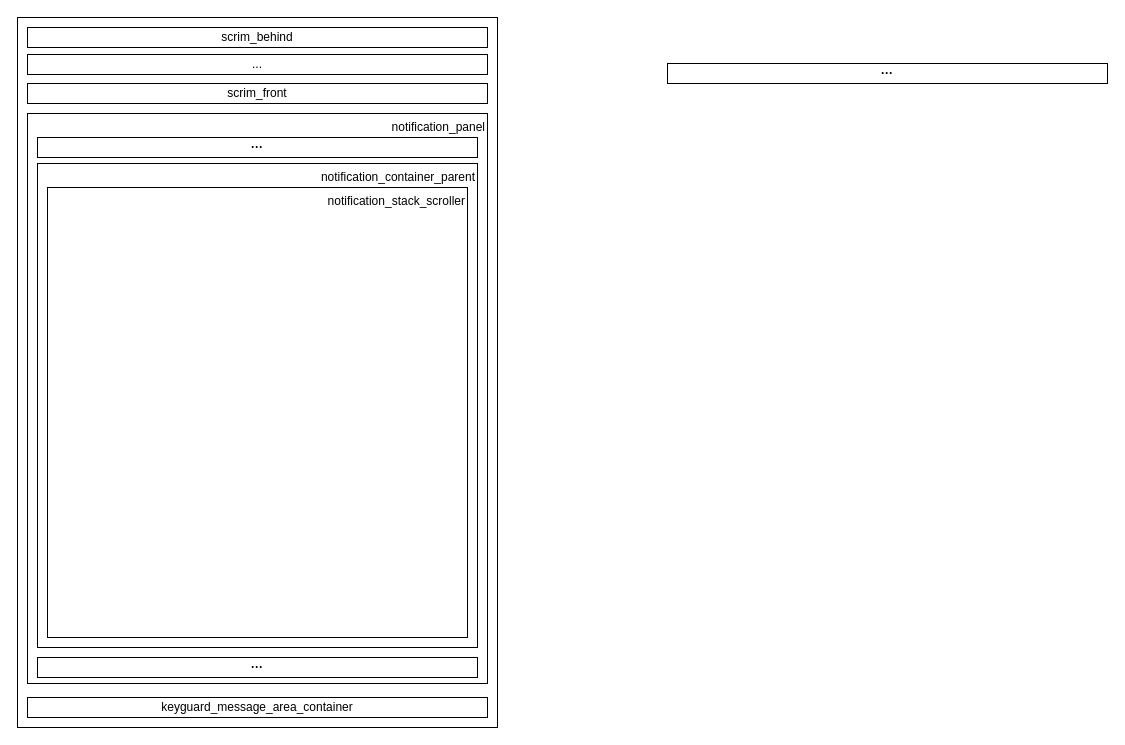
This is 未命名绘图.drawio from fangyucun/drawio, a draw.io file, before an edit. Source tidied: cells renumbered, new cells numbered last; positions are measured from the earlier drawing's top-left corner, leaving out a move shared by most shapes. Both pictures are drawn from the tidied source at 100%, with x=0, y=0 at pixel (17, 17).
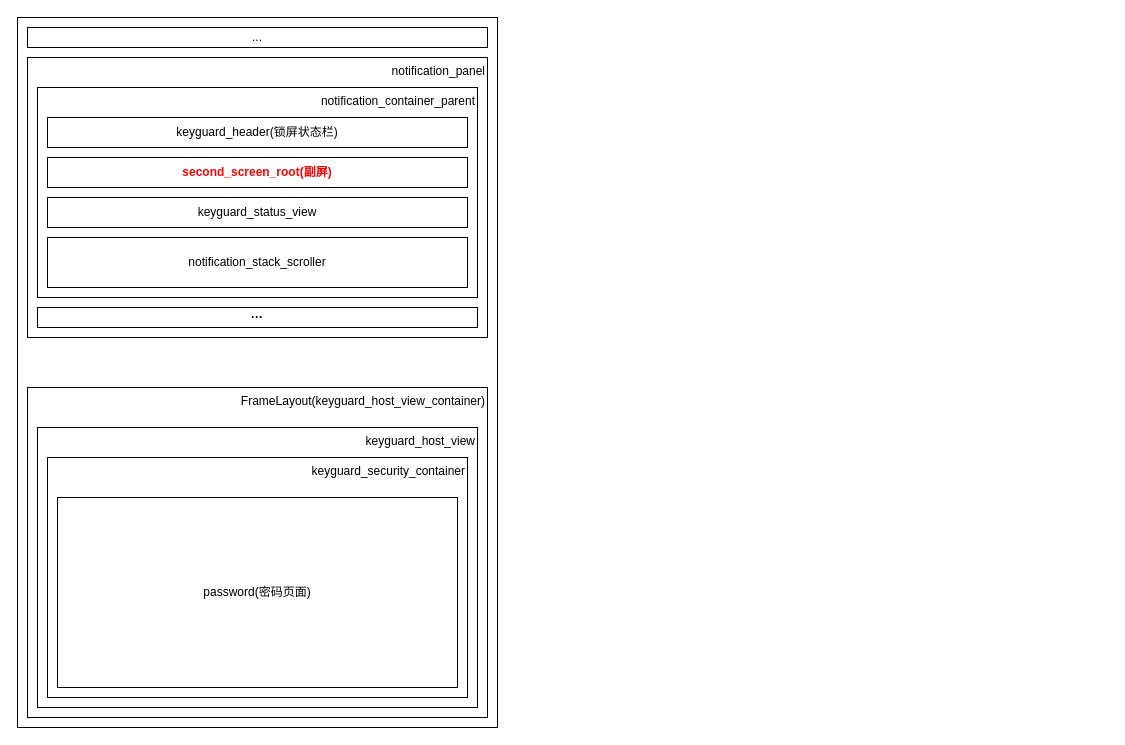
The same page after the edit.

Commit message:
更新未命名绘图.drawio

Change to the diagram source:
```diff
@@
 <mxGraphModel>
   <root>
     <mxCell id="0" />
     <mxCell id="1" parent="0" />
     <mxCell id="2" style="rounded=0;whiteSpace=wrap;html=1;" parent="1" vertex="1">
       <mxGeometry width="480" height="710" as="geometry" />
     </mxCell>
-    <mxCell id="3" value="scrim_behind" style="rounded=0;whiteSpace=wrap;html=1;" parent="1" vertex="1">
-      <mxGeometry x="10" y="10" width="460" height="20" as="geometry" />
-    </mxCell>
     <mxCell id="4" value="..." style="rounded=0;whiteSpace=wrap;html=1;" parent="1" vertex="1">
-      <mxGeometry x="10" y="37" width="460" height="20" as="geometry" />
+      <mxGeometry x="10" y="10" width="460" height="20" as="geometry" />
     </mxCell>
-    <mxCell id="5" value="scrim_front" style="rounded=0;whiteSpace=wrap;html=1;" parent="1" vertex="1">
-      <mxGeometry x="10" y="66" width="460" height="20" as="geometry" />
-    </mxCell>
-    <mxCell id="6" value="keyguard_message_area_container" style="rounded=0;whiteSpace=wrap;html=1;" parent="1" vertex="1">
-      <mxGeometry x="10" y="680" width="460" height="20" as="geometry" />
+    <mxCell id="6" value="FrameLayout(keyguard_host_view_container)" style="rounded=0;whiteSpace=wrap;html=1;align=right;verticalAlign=top;" parent="1" vertex="1">
+      <mxGeometry x="10" y="370" width="460" height="330" as="geometry" />
     </mxCell>
     <mxCell id="7" value="notification_panel" style="rounded=0;whiteSpace=wrap;html=1;align=right;verticalAlign=top;" parent="1" vertex="1">
-      <mxGeometry x="10" y="96" width="460" height="570" as="geometry" />
+      <mxGeometry x="10" y="40" width="460" height="280" as="geometry" />
     </mxCell>
     <mxCell id="8" value="notification_container_parent" style="rounded=0;whiteSpace=wrap;html=1;align=right;verticalAlign=top;" parent="1" vertex="1">
-      <mxGeometry x="20" y="146" width="440" height="484" as="geometry" />
+      <mxGeometry x="20" y="70" width="440" height="210" as="geometry" />
     </mxCell>
-    <mxCell id="9" value="&lt;b&gt;···&lt;/b&gt;" style="rounded=0;whiteSpace=wrap;html=1;" parent="1" vertex="1">
-      <mxGeometry x="20" y="120" width="440" height="20" as="geometry" />
-    </mxCell>
     <mxCell id="10" value="&lt;b&gt;···&lt;/b&gt;" style="rounded=0;whiteSpace=wrap;html=1;" parent="1" vertex="1">
-      <mxGeometry x="20" y="640" width="440" height="20" as="geometry" />
+      <mxGeometry x="20" y="290" width="440" height="20" as="geometry" />
     </mxCell>
-    <mxCell id="11" value="&lt;b&gt;···&lt;/b&gt;" style="rounded=0;whiteSpace=wrap;html=1;" parent="1" vertex="1">
-      <mxGeometry x="650" y="46" width="440" height="20" as="geometry" />
-    </mxCell>
-    <mxCell id="12" value="notification_stack_scroller" style="whiteSpace=wrap;html=1;verticalAlign=top;align=right;" parent="1" vertex="1">
-      <mxGeometry x="30" y="170" width="420" height="450" as="geometry" />
+    <mxCell id="12" value="notification_stack_scroller" style="whiteSpace=wrap;html=1;verticalAlign=middle;align=center;" parent="1" vertex="1">
+      <mxGeometry x="30" y="220" width="420" height="50" as="geometry" />
     </mxCell>
+    <mxCell id="13" value="keyguard_header(锁屏状态栏)" style="whiteSpace=wrap;html=1;" parent="1" vertex="1">
+      <mxGeometry x="30" y="100" width="420" height="30" as="geometry" />
+    </mxCell>
+    <mxCell id="14" value="keyguard_status_view" style="whiteSpace=wrap;html=1;" parent="1" vertex="1">
+      <mxGeometry x="30" y="180" width="420" height="30" as="geometry" />
+    </mxCell>
+    <mxCell id="15" value="&lt;b&gt;second_screen_root(副屏)&lt;/b&gt;" style="whiteSpace=wrap;html=1;fontColor=#f50505;" parent="1" vertex="1">
+      <mxGeometry x="30" y="140" width="420" height="30" as="geometry" />
+    </mxCell>
+    <mxCell id="16" value="keyguard_host_view" style="whiteSpace=wrap;html=1;align=right;verticalAlign=top;" parent="1" vertex="1">
+      <mxGeometry x="20" y="410" width="440" height="280" as="geometry" />
+    </mxCell>
+    <mxCell id="17" value="keyguard_security_container" style="whiteSpace=wrap;html=1;align=right;verticalAlign=top;" parent="1" vertex="1">
+      <mxGeometry x="30" y="440" width="420" height="240" as="geometry" />
+    </mxCell>
+    <mxCell id="18" value="password(密码页面)" style="whiteSpace=wrap;html=1;" parent="1" vertex="1">
+      <mxGeometry x="40" y="480" width="400" height="190" as="geometry" />
+    </mxCell>
   </root>
 </mxGraphModel>
```
